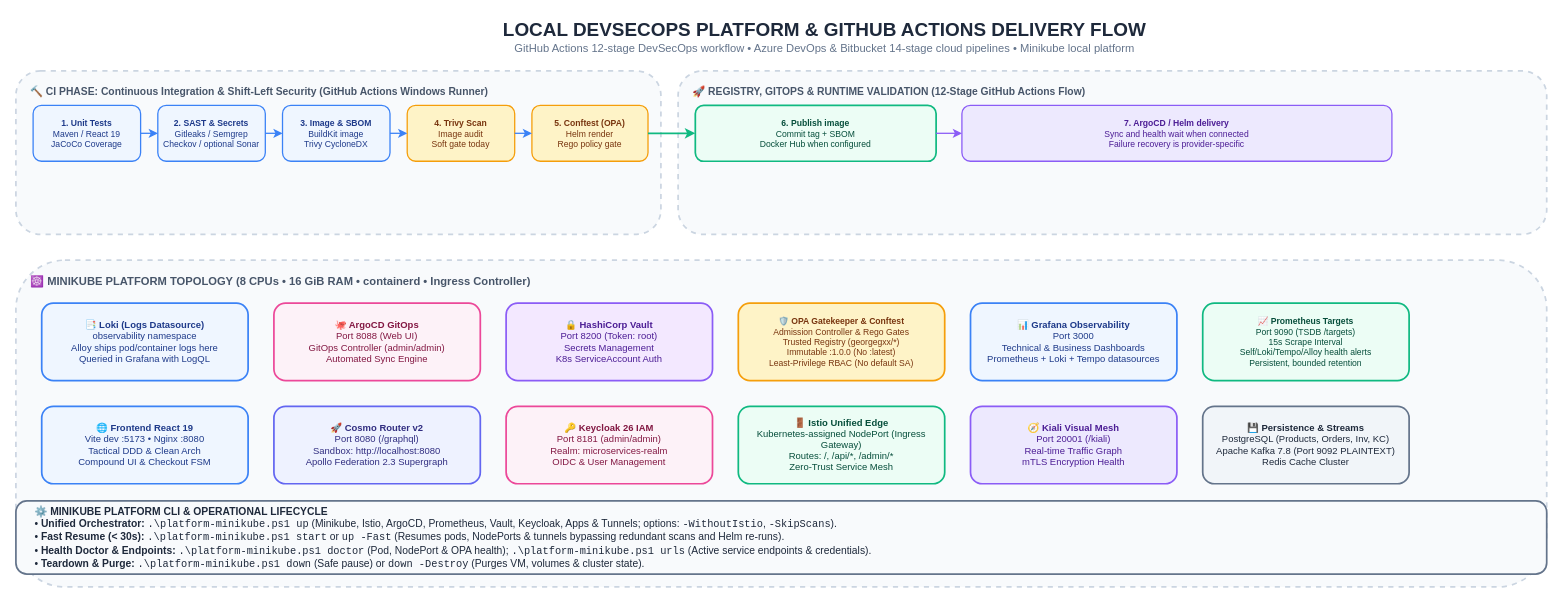
GeorgeGxx/microservices-architecture keeps this draw.io diagram as page "9. Local DevSecOps Platform & GitHub Actions Delivery" (9 of 16) of docs/Diagrams.drawio. Above is the earlier version. Source tidied: cells renumbered, new cells numbered last; positions are measured from the earlier drawing's top-left corner, leaving out a move shared by most shapes. Both pictures are drawn from the tidied source at 86%, with x=0, y=0 at pixel (15, 15).
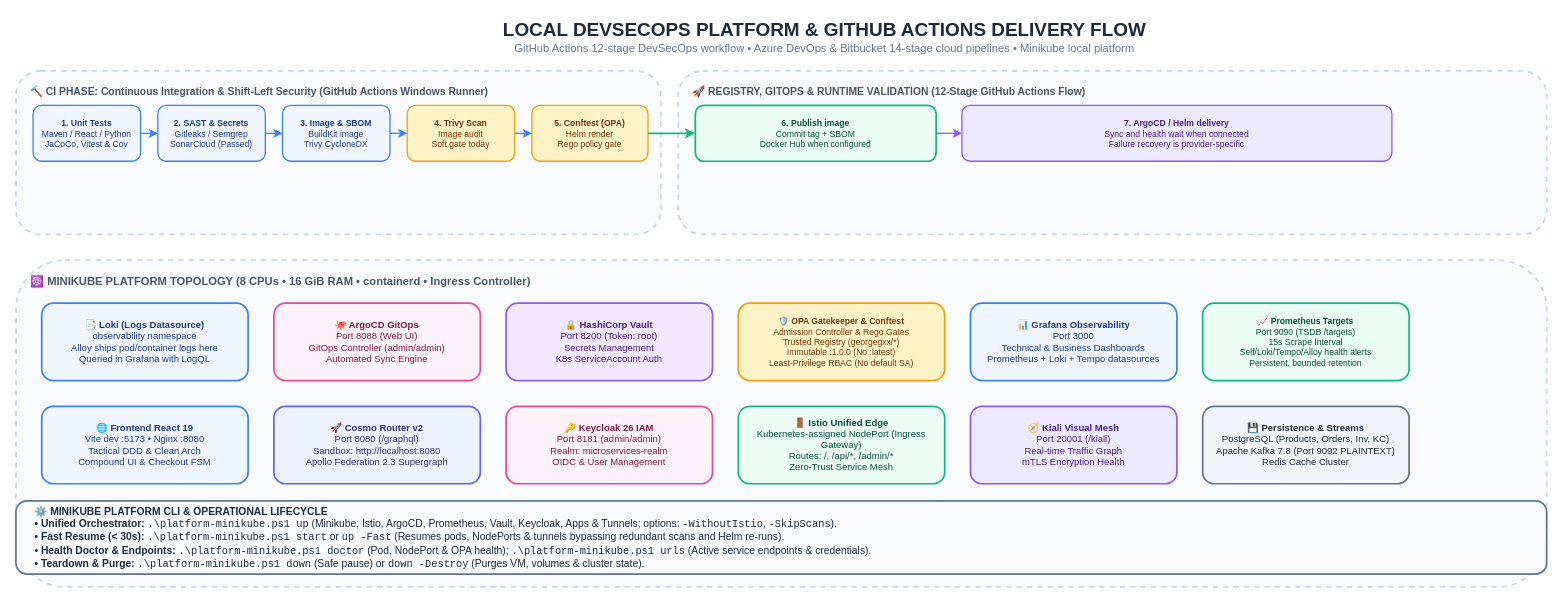
The same page after the edit.

Commit message (it also covers changes not shown here):
docs(sync): synchronize 16-page drawio blueprint, SonarCloud quality gates, and newman counts

Change to the diagram source:
```diff
@@
-    <mxCell id="4" value="&lt;b&gt;1. Unit Tests&lt;/b&gt;&lt;br&gt;Maven / React 19&lt;br&gt;JaCoCo Coverage" style="rounded=1;whiteSpace=wrap;html=1;fillColor=#EFF6FF;strokeColor=#3B82F6;strokeWidth=1.5;fontColor=#1E3A8A;fontSize=10;" parent="1" vertex="1">
+    <mxCell id="4" value="&lt;b&gt;1. Unit Tests&lt;/b&gt;&lt;br&gt;Maven / React / Python&lt;br&gt;JaCoCo, Vitest &amp;amp; Cov" style="rounded=1;whiteSpace=wrap;html=1;fillColor=#EFF6FF;strokeColor=#3B82F6;strokeWidth=1.5;fontColor=#1E3A8A;fontSize=10;" parent="1" vertex="1">
       <mxGeometry x="20" y="105" width="125" height="65" as="geometry" />
     </mxCell>
-    <mxCell id="5" value="&lt;b&gt;2. SAST &amp; Secrets&lt;/b&gt;&lt;br&gt;Gitleaks / Semgrep&lt;br&gt;Checkov / optional Sonar" style="rounded=1;whiteSpace=wrap;html=1;fillColor=#EFF6FF;strokeColor=#3B82F6;strokeWidth=1.5;fontColor=#1E3A8A;fontSize=10;" parent="1" vertex="1">
+    <mxCell id="5" value="&lt;b&gt;2. SAST &amp; Secrets&lt;/b&gt;&lt;br&gt;Gitleaks / Semgrep&lt;br&gt;SonarCloud (Passed)" style="rounded=1;whiteSpace=wrap;html=1;fillColor=#EFF6FF;strokeColor=#3B82F6;strokeWidth=1.5;fontColor=#1E3A8A;fontSize=10;" parent="1" vertex="1">
       <mxGeometry x="165" y="105" width="125" height="65" as="geometry" />
     </mxCell>
```
